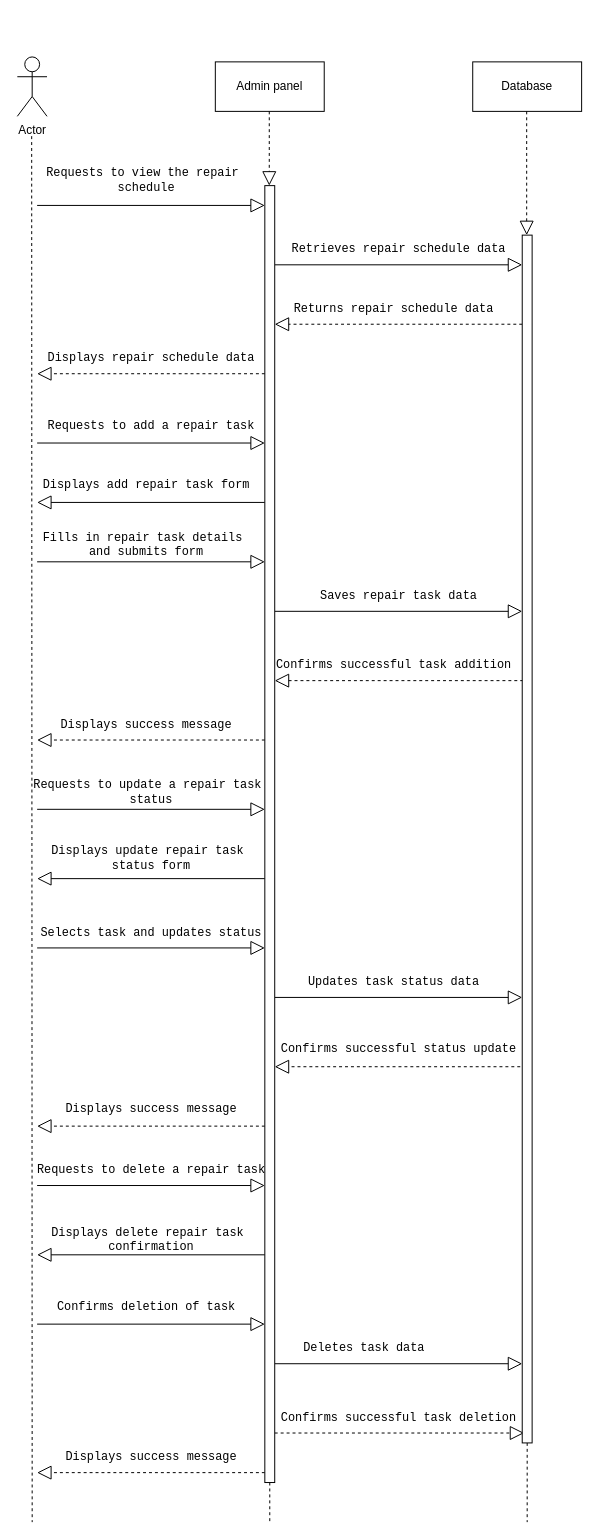
The draw.io diagram repair Diagram.drawio in CodeSithum/sequencediagram, before the edit. Source tidied: cells renumbered, new cells numbered last; positions are measured from the earlier drawing's top-left corner, leaving out a move shared by most shapes. Both pictures are drawn from the tidied source at 99%, with x=0, y=0 at pixel (17, 56).
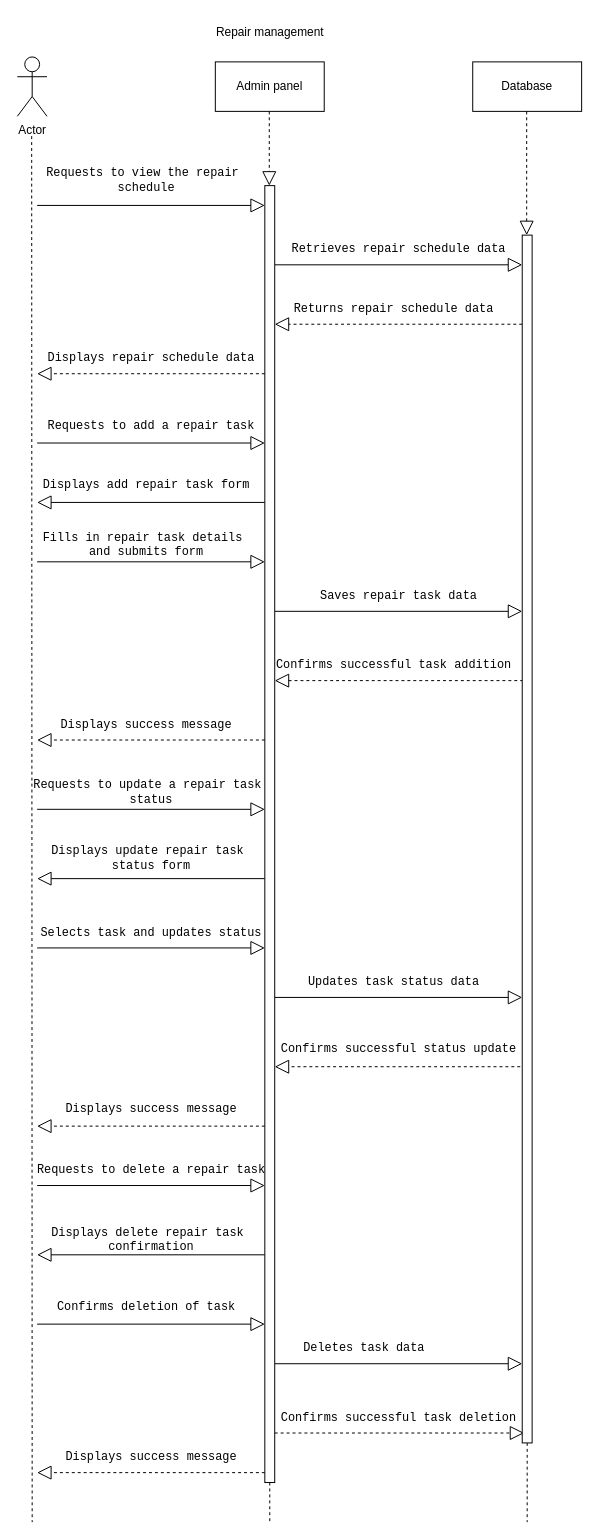
The same diagram, later.

Change to the diagram source:
```diff
@@
+    <mxCell id="56" value="Repair management" style="text;html=1;align=center;verticalAlign=middle;strokeColor=none;fillColor=none;" parent="1" vertex="1">
+      <mxGeometry x="185" y="-40" width="140" height="30" as="geometry" />
+    </mxCell>
```
